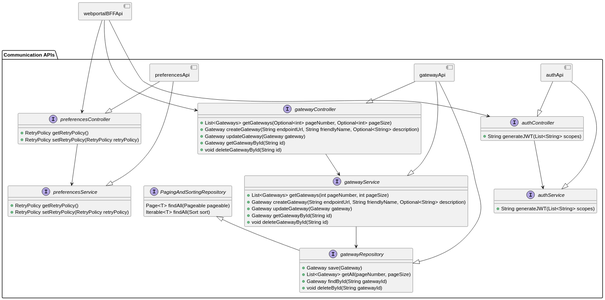
Earlier version of the PlantUML export Designs/Images/System Context/Components/AuthPreferencesGatewayApiInterfaces.svg (CameronWard301/communication_scheduler). The source it was exported from:
```plantuml
@startuml
component webportalBFFApi {

}


package "Communication APIs" as communicationApis {
    component gatewayApi {

    }

    interface gatewayController {
        + List<Gateways> getGateways(Optional<int> pageNumber, Optional<int> pageSize)
        + Gateway createGateway(String endpointUrl, String friendlyName, Optional<String> description)
        + Gateway updateGateway(Gateway gateway)
        + Gateway getGatewayById(String id)
        + void deleteGatewayById(String id)
    }

    interface gatewayService {
        + List<Gateways> getGateways(int pageNumber, int pageSize)
        + Gateway createGateway(String endpointUrl, String friendlyName, Optional<String> description)
        + Gateway updateGateway(Gateway gateway)
        + Gateway getGatewayById(String id)
        + void deleteGatewayById(String id)
    }

    interface PagingAndSortingRepository {
        Page<T> findAll(Pageable pageable)
        Iterable<T> findAll(Sort sort)
    }


    interface gatewayRepository extends PagingAndSortingRepository {
        + Gateway save(Gateway)
        + List<Gateway> getAll(pageNumber, pageSize)
        + Gateway findById(String gatewayId)
        + void deleteById(String gatewayId)
    }

    gatewayApi --|> gatewayService
    gatewayApi --|> gatewayRepository
    gatewayApi --|> gatewayController
    gatewayController --> gatewayService
    gatewayService --> gatewayRepository

    component preferencesApi {

    }

    interface preferencesController {
        + RetryPolicy getRetryPolicy()
        + RetryPolicy setRetryPolicy(RetryPolicy retryPolicy)
    }

    interface preferencesService {
        + RetryPolicy getRetryPolicy()
        + RetryPolicy setRetryPolicy(RetryPolicy retryPolicy)
    }

    preferencesApi --|> preferencesService
    preferencesApi --|> preferencesController
    preferencesController --> preferencesService

    component authApi {

    }

    interface authController {
        + String generateJWT(List<String> scopes)
    }

    interface authService {
        + String generateJWT(List<String> scopes)
    }

    authApi --|> authService
    authApi --|> authController
    authController --> authService


}


webportalBFFApi -d--> gatewayController
webportalBFFApi -d---> preferencesController
webportalBFFApi -d---> authController
@enduml
```
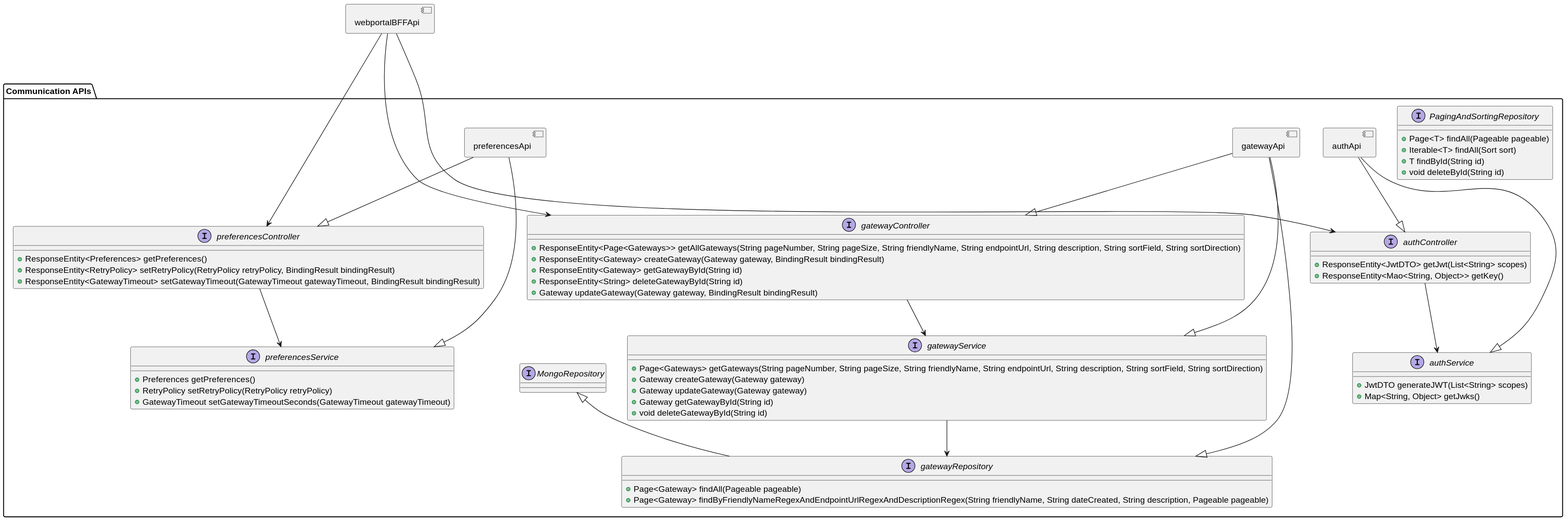
The same diagram one commit later.

What changed in the source:
```diff
@@ -10,32 +10,32 @@
     }
 
     interface gatewayController {
-        + List<Gateways> getGateways(Optional<int> pageNumber, Optional<int> pageSize)
-        + Gateway createGateway(String endpointUrl, String friendlyName, Optional<String> description)
-        + Gateway updateGateway(Gateway gateway)
-        + Gateway getGatewayById(String id)
-        + void deleteGatewayById(String id)
-    }
+            + ResponseEntity<Page<Gateways>> getAllGateways(String pageNumber, String pageSize, String friendlyName, String endpointUrl, String description, String sortField, String sortDirection)
+            + ResponseEntity<Gateway> createGateway(Gateway gateway, BindingResult bindingResult)
+            + ResponseEntity<Gateway> getGatewayById(String id)
+            + ResponseEntity<String> deleteGatewayById(String id)
+            + Gateway updateGateway(Gateway gateway, BindingResult bindingResult)
+        }
 
     interface gatewayService {
-        + List<Gateways> getGateways(int pageNumber, int pageSize)
-        + Gateway createGateway(String endpointUrl, String friendlyName, Optional<String> description)
+        + Page<Gateways> getGateways(String pageNumber, String pageSize, String friendlyName, String endpointUrl, String description, String sortField, String sortDirection)
+        + Gateway createGateway(Gateway gateway)
         + Gateway updateGateway(Gateway gateway)
         + Gateway getGatewayById(String id)
         + void deleteGatewayById(String id)
     }
 
     interface PagingAndSortingRepository {
-        Page<T> findAll(Pageable pageable)
-        Iterable<T> findAll(Sort sort)
+        + Page<T> findAll(Pageable pageable)
+        + Iterable<T> findAll(Sort sort)
+        + T findById(String id)
+        + void deleteById(String id)
     }
 
 
-    interface gatewayRepository extends PagingAndSortingRepository {
-        + Gateway save(Gateway)
-        + List<Gateway> getAll(pageNumber, pageSize)
-        + Gateway findById(String gatewayId)
-        + void deleteById(String gatewayId)
+    interface gatewayRepository extends MongoRepository {
+        + Page<Gateway> findAll(Pageable pageable)
+        + Page<Gateway> findByFriendlyNameRegexAndEndpointUrlRegexAndDescriptionRegex(String friendlyName, String dateCreated, String description, Pageable pageable)
     }
 
     gatewayApi --|> gatewayService
@@ -49,13 +49,15 @@
     }
 
     interface preferencesController {
-        + RetryPolicy getRetryPolicy()
-        + RetryPolicy setRetryPolicy(RetryPolicy retryPolicy)
+        + ResponseEntity<Preferences> getPreferences()
+        + ResponseEntity<RetryPolicy> setRetryPolicy(RetryPolicy retryPolicy, BindingResult bindingResult)
+        + ResponseEntity<GatewayTimeout> setGatewayTimeout(GatewayTimeout gatewayTimeout, BindingResult bindingResult)
     }
 
     interface preferencesService {
-        + RetryPolicy getRetryPolicy()
+        + Preferences getPreferences()
         + RetryPolicy setRetryPolicy(RetryPolicy retryPolicy)
+        + GatewayTimeout setGatewayTimeoutSeconds(GatewayTimeout gatewayTimeout)
     }
 
     preferencesApi --|> preferencesService
@@ -67,11 +69,13 @@
     }
 
     interface authController {
-        + String generateJWT(List<String> scopes)
+        + ResponseEntity<JwtDTO> getJwt(List<String> scopes)
+        + ResponseEntity<Mao<String, Object>> getKey()
     }
 
     interface authService {
-        + String generateJWT(List<String> scopes)
+        + JwtDTO generateJWT(List<String> scopes)
+        + Map<String, Object> getJwks()
     }
 
     authApi --|> authService
```
